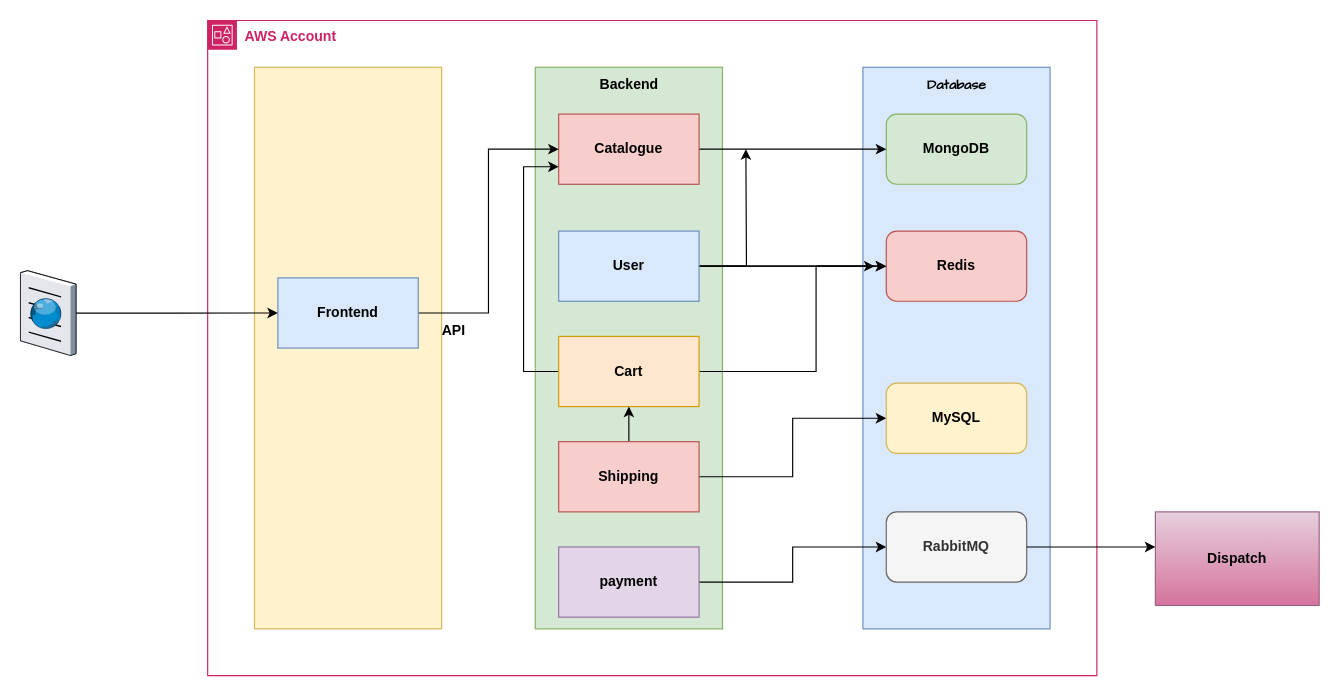
The draw.io diagram roboshop.drawio in daws-86s/diagrams, before the edit. Source tidied: cells renumbered, new cells numbered last; positions are measured from the earlier drawing's top-left corner, leaving out a move shared by most shapes. Both pictures are drawn from the tidied source at 117%, with x=0, y=0 at pixel (20, 20).
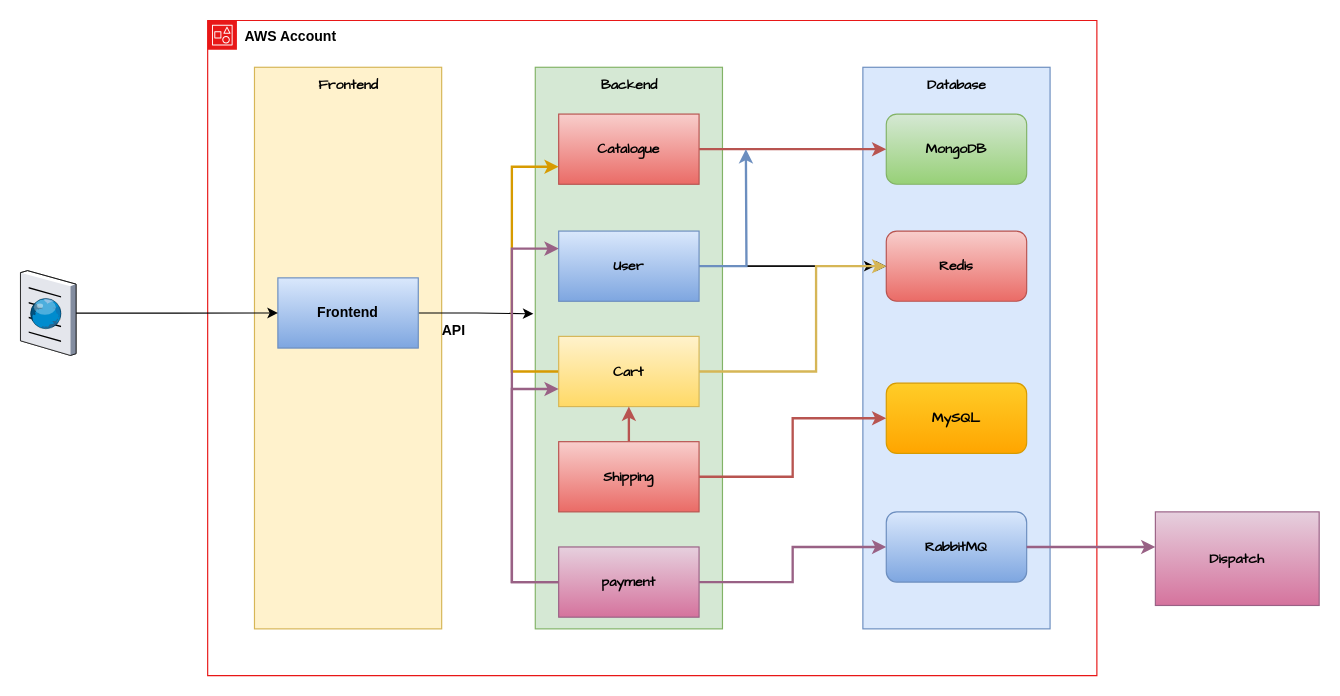
After the change.

Unchanged cells that the change refers to:
```xml
<mxCell id="5" style="rounded=0;whiteSpace=wrap;html=1;fillColor=#d5e8d4;strokeColor=#82b366;" parent="2" vertex="1">
  <mxGeometry x="280" y="40" width="160" height="480" as="geometry" />
</mxCell>
```

What changed in the source:
```diff
@@
-    <mxCell id="2" value="&lt;b&gt;AWS Account&lt;/b&gt;" style="gradientColor=none;html=1;whiteSpace=wrap;fontSize=12;fontStyle=0;shape=mxgraph.aws4.group;grIcon=mxgraph.aws4.group_account;strokeColor=#CD2264;fillColor=none;verticalAlign=top;align=left;spacingLeft=30;fontColor=#CD2264;dashed=0;" parent="1" vertex="1">
+    <mxCell id="2" value="&lt;b&gt;AWS Account&lt;/b&gt;" style="html=1;whiteSpace=wrap;fontSize=12;fontStyle=0;shape=mxgraph.aws4.group;grIcon=mxgraph.aws4.group_account;verticalAlign=top;align=left;spacingLeft=30;dashed=0;strokeColor=light-dark(#e81717, #ededed);" parent="1" vertex="1">
       <mxGeometry x="160" width="760" height="560" as="geometry" />
     </mxCell>
@@
-    <mxCell id="4" value="&lt;b&gt;MongoDB&lt;/b&gt;" style="rounded=1;whiteSpace=wrap;html=1;fillColor=#d5e8d4;strokeColor=#82b366;" parent="2" vertex="1">
+    <mxCell id="4" value="&lt;b&gt;&lt;font face=&quot;Comic Sans MS&quot;&gt;MongoDB&lt;/font&gt;&lt;/b&gt;" style="rounded=1;whiteSpace=wrap;html=1;fillColor=#d5e8d4;strokeColor=#82b366;gradientColor=#97d077;" parent="2" vertex="1">
       <mxGeometry x="580" y="80" width="120" height="60" as="geometry" />
     </mxCell>
@@
-    <mxCell id="6" style="edgeStyle=orthogonalEdgeStyle;rounded=0;jettySize=auto;html=1;entryX=0;entryY=0.5;entryDx=0;entryDy=0;flowAnimation=1;" parent="2" edge="1" source="7" target="4">
+    <mxCell id="6" style="edgeStyle=orthogonalEdgeStyle;rounded=0;jettySize=auto;html=1;entryX=0;entryY=0.5;entryDx=0;entryDy=0;flowAnimation=0;strokeWidth=2;fillColor=#f8cecc;gradientColor=#ea6b66;strokeColor=#b85450;" parent="2" edge="1" source="7" target="4">
       <mxGeometry relative="1" as="geometry" />
     </mxCell>
-    <mxCell id="7" value="&lt;b&gt;Catalogue&lt;/b&gt;" style="rounded=0;whiteSpace=wrap;html=1;fillColor=#f8cecc;strokeColor=#b85450;" parent="2" vertex="1">
+    <mxCell id="7" value="&lt;b&gt;&lt;font face=&quot;Comic Sans MS&quot;&gt;Catalogue&lt;/font&gt;&lt;/b&gt;" style="rounded=0;whiteSpace=wrap;html=1;fillColor=#f8cecc;strokeColor=#b85450;gradientColor=#ea6b66;" parent="2" vertex="1">
       <mxGeometry x="300" y="80" width="120" height="60" as="geometry" />
     </mxCell>
-    <mxCell id="8" value="&lt;b&gt;Backend&lt;/b&gt;" style="text;html=1;align=center;verticalAlign=middle;strokeColor=none;fillColor=none;" parent="2" vertex="1">
+    <mxCell id="8" value="&lt;b&gt;&lt;font face=&quot;Comic Sans MS&quot;&gt;Backend&lt;/font&gt;&lt;/b&gt;" style="text;html=1;align=center;verticalAlign=middle;strokeColor=none;fillColor=none;" parent="2" vertex="1">
       <mxGeometry x="325" y="40" width="70" height="30" as="geometry" />
     </mxCell>
@@
-    <mxCell id="11" style="edgeStyle=orthogonalEdgeStyle;rounded=0;jettySize=auto;html=1;entryX=0;entryY=0.5;entryDx=0;entryDy=0;flowAnimation=1;" parent="2" edge="1" source="12" target="7">
+    <mxCell id="11" style="edgeStyle=orthogonalEdgeStyle;rounded=0;jettySize=auto;html=1;entryX=-0.01;entryY=0.439;entryDx=0;entryDy=0;flowAnimation=0;entryPerimeter=0;" parent="2" edge="1" source="12" target="5">
       <mxGeometry relative="1" as="geometry" />
     </mxCell>
-    <mxCell id="12" value="&lt;b&gt;Frontend&lt;/b&gt;" style="rounded=0;whiteSpace=wrap;html=1;fillColor=#dae8fc;strokeColor=#6c8ebf;" parent="2" vertex="1">
+    <mxCell id="12" value="&lt;b&gt;Frontend&lt;/b&gt;" style="rounded=0;whiteSpace=wrap;html=1;fillColor=#dae8fc;strokeColor=#6c8ebf;gradientColor=#7ea6e0;" parent="2" vertex="1">
       <mxGeometry x="60" y="220" width="120" height="60" as="geometry" />
     </mxCell>
-    <mxCell id="13" value="&lt;b&gt;Redis&lt;/b&gt;" style="rounded=1;whiteSpace=wrap;html=1;fillColor=#f8cecc;strokeColor=#b85450;" parent="2" vertex="1">
+    <mxCell id="13" value="&lt;b&gt;&lt;font face=&quot;Comic Sans MS&quot;&gt;Redis&lt;/font&gt;&lt;/b&gt;" style="rounded=1;whiteSpace=wrap;html=1;fillColor=#f8cecc;strokeColor=#b85450;gradientColor=#ea6b66;" parent="2" vertex="1">
       <mxGeometry x="580" y="180" width="120" height="60" as="geometry" />
     </mxCell>
@@
-    <mxCell id="16" style="edgeStyle=orthogonalEdgeStyle;rounded=0;jettySize=auto;html=1;flowAnimation=1;" parent="2" edge="1" source="17">
+    <mxCell id="16" style="edgeStyle=orthogonalEdgeStyle;rounded=0;jettySize=auto;html=1;flowAnimation=0;fillColor=#dae8fc;gradientColor=#7ea6e0;strokeColor=#6c8ebf;strokeWidth=2;" parent="2" edge="1" source="17">
       <mxGeometry relative="1" as="geometry">
         <mxPoint x="460" y="110" as="targetPoint" />
       </mxGeometry>
     </mxCell>
-    <mxCell id="17" value="&lt;b&gt;User&lt;/b&gt;" style="rounded=0;whiteSpace=wrap;html=1;fillColor=#dae8fc;strokeColor=#6c8ebf;" parent="2" vertex="1">
+    <mxCell id="17" value="&lt;b&gt;&lt;font face=&quot;Comic Sans MS&quot;&gt;User&lt;/font&gt;&lt;/b&gt;" style="rounded=0;whiteSpace=wrap;html=1;fillColor=#dae8fc;strokeColor=#6c8ebf;gradientColor=#7ea6e0;" parent="2" vertex="1">
       <mxGeometry x="300" y="180" width="120" height="60" as="geometry" />
     </mxCell>
-    <mxCell id="18" style="edgeStyle=orthogonalEdgeStyle;rounded=0;jettySize=auto;html=1;entryX=0;entryY=0.5;entryDx=0;entryDy=0;" parent="2" edge="1" source="20" target="13">
+    <mxCell id="18" style="edgeStyle=orthogonalEdgeStyle;rounded=0;jettySize=auto;html=1;entryX=0;entryY=0.5;entryDx=0;entryDy=0;fillColor=#fff2cc;gradientColor=#ffd966;strokeColor=#d6b656;strokeWidth=2;" parent="2" edge="1" source="20" target="13">
       <mxGeometry relative="1" as="geometry">
         <Array as="points">
           <mxPoint x="520" y="300" />
           <mxPoint x="520" y="210" />
         </Array>
       </mxGeometry>
     </mxCell>
-    <mxCell id="19" style="edgeStyle=orthogonalEdgeStyle;rounded=0;jettySize=auto;html=1;entryX=0;entryY=0.75;entryDx=0;entryDy=0;" parent="2" edge="1" source="20" target="7">
+    <mxCell id="19" style="edgeStyle=orthogonalEdgeStyle;rounded=0;jettySize=auto;html=1;entryX=0;entryY=0.75;entryDx=0;entryDy=0;fillColor=#ffcd28;gradientColor=#ffa500;strokeColor=#d79b00;strokeWidth=2;" parent="2" edge="1" source="20" target="7">
       <mxGeometry relative="1" as="geometry">
         <Array as="points">
-          <mxPoint x="270" y="300" />
-          <mxPoint x="270" y="125" />
+          <mxPoint x="260" y="300" />
+          <mxPoint x="260" y="125" />
         </Array>
       </mxGeometry>
     </mxCell>
-    <mxCell id="20" value="&lt;b&gt;Cart&lt;/b&gt;" style="rounded=0;whiteSpace=wrap;html=1;fillColor=#ffe6cc;strokeColor=#d79b00;" parent="2" vertex="1">
+    <mxCell id="20" value="&lt;b&gt;&lt;font face=&quot;Comic Sans MS&quot;&gt;Cart&lt;/font&gt;&lt;/b&gt;" style="rounded=0;whiteSpace=wrap;html=1;fillColor=#fff2cc;strokeColor=#d6b656;gradientColor=#ffd966;" parent="2" vertex="1">
       <mxGeometry x="300" y="270" width="120" height="60" as="geometry" />
     </mxCell>
-    <mxCell id="21" style="edgeStyle=orthogonalEdgeStyle;rounded=0;jettySize=auto;html=1;" parent="2" edge="1" source="23" target="26">
+    <mxCell id="21" style="edgeStyle=orthogonalEdgeStyle;rounded=0;jettySize=auto;html=1;strokeWidth=2;fillColor=#f8cecc;gradientColor=#ea6b66;strokeColor=#b85450;" parent="2" edge="1" source="23" target="26">
       <mxGeometry relative="1" as="geometry" />
     </mxCell>
-    <mxCell id="22" style="edgeStyle=orthogonalEdgeStyle;rounded=0;jettySize=auto;html=1;entryX=0.5;entryY=1;entryDx=0;entryDy=0;" parent="2" edge="1" source="23" target="20">
+    <mxCell id="22" style="edgeStyle=orthogonalEdgeStyle;rounded=0;jettySize=auto;html=1;entryX=0.5;entryY=1;entryDx=0;entryDy=0;strokeWidth=2;fillColor=#f8cecc;gradientColor=#ea6b66;strokeColor=#b85450;" parent="2" edge="1" source="23" target="20">
       <mxGeometry relative="1" as="geometry" />
     </mxCell>
-    <mxCell id="23" value="&lt;b&gt;Shipping&lt;/b&gt;" style="rounded=0;whiteSpace=wrap;html=1;fillColor=#f8cecc;strokeColor=#b85450;" parent="2" vertex="1">
+    <mxCell id="23" value="&lt;b&gt;&lt;font face=&quot;Comic Sans MS&quot;&gt;Shipping&lt;/font&gt;&lt;/b&gt;" style="rounded=0;whiteSpace=wrap;html=1;fillColor=#f8cecc;strokeColor=#b85450;gradientColor=#ea6b66;" parent="2" vertex="1">
       <mxGeometry x="300" y="360" width="120" height="60" as="geometry" />
     </mxCell>
-    <mxCell id="24" style="edgeStyle=orthogonalEdgeStyle;rounded=0;jettySize=auto;html=1;entryX=0;entryY=0.5;entryDx=0;entryDy=0;" parent="2" edge="1" source="25" target="27">
+    <mxCell id="24" style="edgeStyle=orthogonalEdgeStyle;rounded=0;jettySize=auto;html=1;entryX=0;entryY=0.5;entryDx=0;entryDy=0;strokeWidth=2;fillColor=#e6d0de;gradientColor=#d5739d;strokeColor=#996185;" parent="2" edge="1" source="25" target="27">
       <mxGeometry relative="1" as="geometry" />
     </mxCell>
+    <mxCell id="33" style="edgeStyle=orthogonalEdgeStyle;rounded=0;jettySize=auto;html=1;entryX=0;entryY=0.75;entryDx=0;entryDy=0;exitX=0;exitY=0.5;exitDx=0;exitDy=0;strokeWidth=2;fillColor=#e6d0de;gradientColor=#d5739d;strokeColor=#996185;" parent="2" edge="1" source="25" target="20">
+      <mxGeometry relative="1" as="geometry">
+        <Array as="points">
+          <mxPoint x="260" y="480" />
+          <mxPoint x="260" y="315" />
+        </Array>
+      </mxGeometry>
+    </mxCell>
+    <mxCell id="34" style="edgeStyle=orthogonalEdgeStyle;rounded=0;jettySize=auto;html=1;entryX=0;entryY=0.25;entryDx=0;entryDy=0;fillColor=#e6d0de;gradientColor=#d5739d;strokeColor=#996185;strokeWidth=2;" parent="2" edge="1" target="17">
+      <mxGeometry relative="1" as="geometry">
+        <mxPoint x="300" y="480" as="sourcePoint" />
+        <Array as="points">
+          <mxPoint x="260" y="480" />
+          <mxPoint x="260" y="195" />
+        </Array>
+      </mxGeometry>
+    </mxCell>
-    <mxCell id="25" value="&lt;b&gt;payment&lt;/b&gt;" style="rounded=0;whiteSpace=wrap;html=1;fillColor=#e1d5e7;strokeColor=#9673a6;" parent="2" vertex="1">
+    <mxCell id="25" value="&lt;b&gt;&lt;font face=&quot;Comic Sans MS&quot;&gt;payment&lt;/font&gt;&lt;/b&gt;" style="rounded=0;whiteSpace=wrap;html=1;fillColor=#e6d0de;strokeColor=#996185;gradientColor=#d5739d;" parent="2" vertex="1">
       <mxGeometry x="300" y="450" width="120" height="60" as="geometry" />
     </mxCell>
-    <mxCell id="26" value="&lt;b&gt;MySQL&lt;/b&gt;" style="rounded=1;whiteSpace=wrap;html=1;fillColor=#fff2cc;strokeColor=#d6b656;" parent="2" vertex="1">
+    <mxCell id="26" value="&lt;b&gt;&lt;font face=&quot;Comic Sans MS&quot;&gt;MySQL&lt;/font&gt;&lt;/b&gt;" style="rounded=1;whiteSpace=wrap;html=1;fillColor=#ffcd28;strokeColor=#d79b00;gradientColor=#ffa500;" parent="2" vertex="1">
       <mxGeometry x="580" y="310" width="120" height="60" as="geometry" />
     </mxCell>
-    <mxCell id="27" value="&lt;b&gt;RabbitMQ&lt;/b&gt;" style="rounded=1;whiteSpace=wrap;html=1;fillColor=#f5f5f5;strokeColor=#666666;fontColor=#333333;" parent="2" vertex="1">
+    <mxCell id="27" value="&lt;b&gt;&lt;font face=&quot;Comic Sans MS&quot;&gt;RabbitMQ&lt;/font&gt;&lt;/b&gt;" style="rounded=1;whiteSpace=wrap;html=1;fillColor=#dae8fc;strokeColor=#6c8ebf;gradientColor=#7ea6e0;" parent="2" vertex="1">
       <mxGeometry x="580" y="420" width="120" height="60" as="geometry" />
     </mxCell>
@@
+    <mxCell id="35" value="&lt;b&gt;&lt;font face=&quot;Comic Sans MS&quot;&gt;Frontend&lt;/font&gt;&lt;/b&gt;" style="text;html=1;align=center;verticalAlign=middle;strokeColor=none;fillColor=none;" parent="2" vertex="1">
+      <mxGeometry x="85" y="40" width="70" height="30" as="geometry" />
+    </mxCell>
@@
-    <mxCell id="31" value="&lt;b&gt;Dispatch&lt;/b&gt;" style="rounded=0;whiteSpace=wrap;html=1;fillColor=#e6d0de;gradientColor=#d5739d;strokeColor=#996185;" parent="1" vertex="1">
+    <mxCell id="31" value="&lt;b&gt;&lt;font face=&quot;Comic Sans MS&quot;&gt;Dispatch&lt;/font&gt;&lt;/b&gt;" style="rounded=0;whiteSpace=wrap;html=1;fillColor=#e6d0de;gradientColor=#d5739d;strokeColor=#996185;" parent="1" vertex="1">
       <mxGeometry x="970" y="420" width="140" height="80" as="geometry" />
     </mxCell>
-    <mxCell id="32" style="edgeStyle=orthogonalEdgeStyle;rounded=0;jettySize=auto;html=1;entryX=0;entryY=0.375;entryDx=0;entryDy=0;entryPerimeter=0;" parent="1" edge="1" source="27" target="31">
+    <mxCell id="32" style="edgeStyle=orthogonalEdgeStyle;rounded=0;jettySize=auto;html=1;entryX=0;entryY=0.375;entryDx=0;entryDy=0;entryPerimeter=0;fillColor=#e6d0de;gradientColor=#d5739d;strokeColor=#996185;strokeWidth=2;" parent="1" edge="1" source="27" target="31">
       <mxGeometry relative="1" as="geometry" />
     </mxCell>
```
